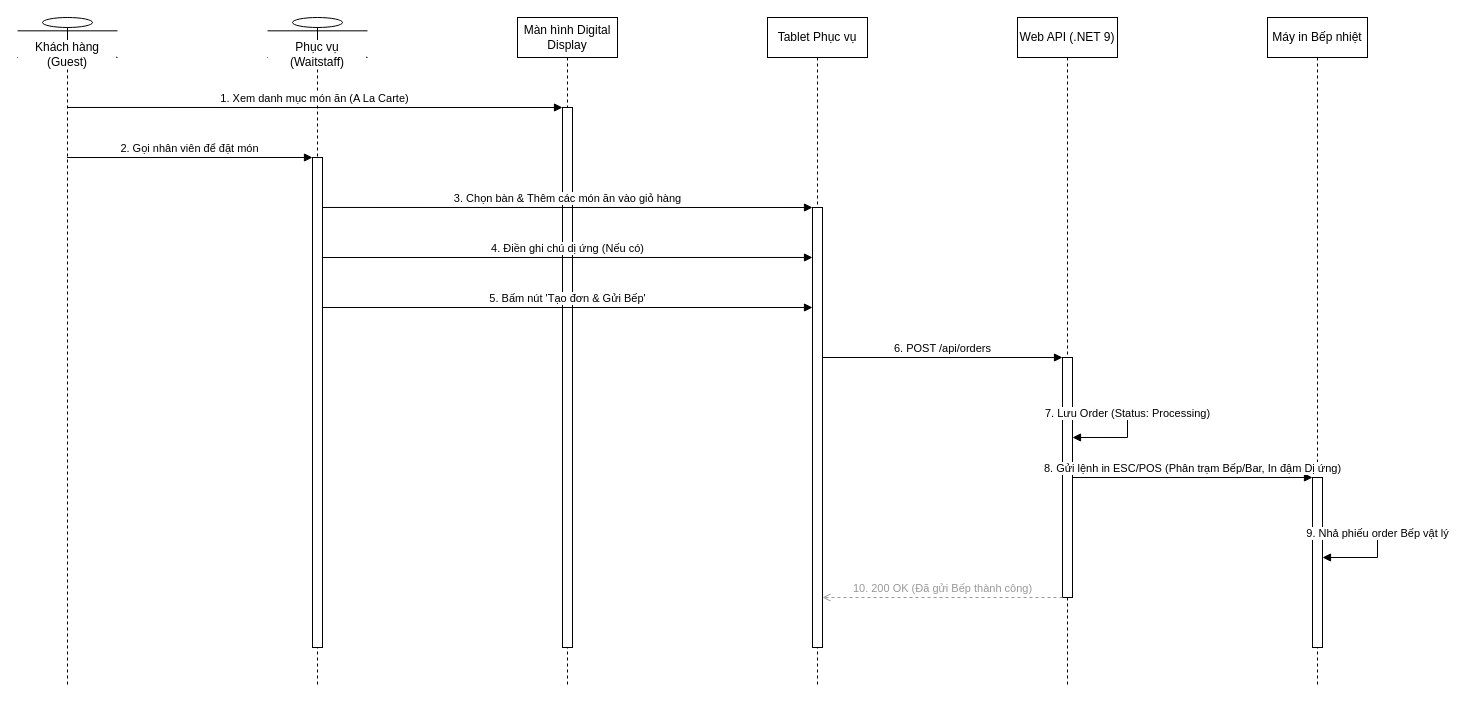
Above: docs/phase1/drawio/sd02_waitstaff_ordering.drawio in AndrewQng/VinDining (draw.io), before the change. Source tidied: cells renumbered, new cells numbered last; positions are measured from the earlier drawing's top-left corner, leaving out a move shared by most shapes. Both pictures are drawn from the tidied source at 100%, with x=0, y=0 at pixel (17, 17).
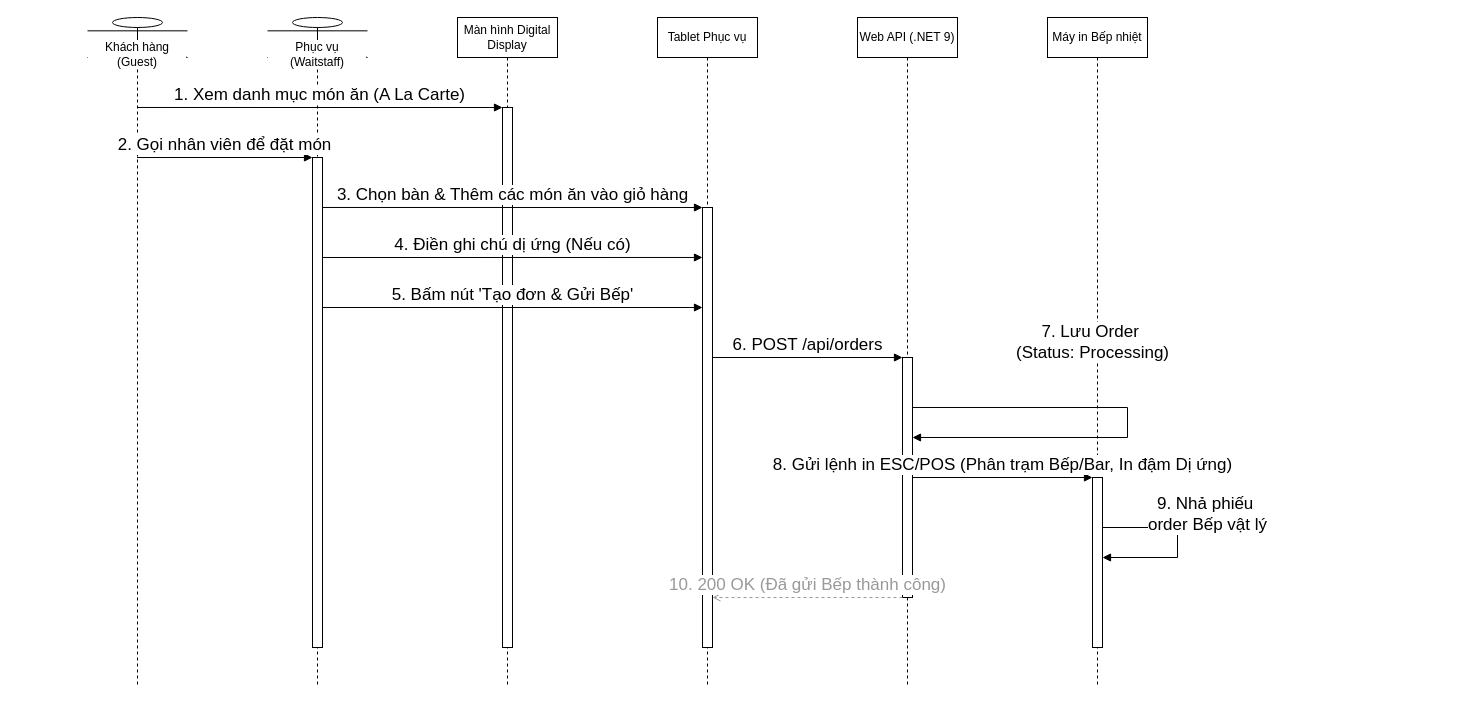
The same page after the edit.

The change refers to these unchanged cells:
```xml
<mxCell id="3" value="Phục vụ (Waitstaff)" style="shape=umlLifeline;perimeter=lifelinePerimeter;whiteSpace=wrap;html=1;size=40;participant=umlActor;verticalAlign=bottom;spacingBottom=-14;labelBackgroundColor=#ffffff;" parent="1" vertex="1">
  <mxGeometry x="250" width="100" height="670" as="geometry" />
</mxCell>
```

The edit, as a diff of the source:
```diff
@@
     <mxCell id="2" value="Khách hàng (Guest)" style="shape=umlLifeline;perimeter=lifelinePerimeter;whiteSpace=wrap;html=1;outlineConnect=0;portConstraint=eastwest;size=40;participant=umlActor;verticalAlign=bottom;spacingBottom=-14;labelBackgroundColor=#ffffff;" parent="1" vertex="1">
-      <mxGeometry width="100" height="670" as="geometry" />
+      <mxGeometry x="70" width="100" height="670" as="geometry" />
     </mxCell>
@@
+    <mxCell id="10" style="html=1;points=[];perimeter=orthogonalPerimeter;outlineConnect=0;fillColor=#ffffff;fontSize=17;" parent="3" vertex="1">
+      <mxGeometry x="45" y="140" width="10" height="490" as="geometry" />
+    </mxCell>
     <mxCell id="4" value="Màn hình Digital Display" style="shape=umlLifeline;perimeter=lifelinePerimeter;whiteSpace=wrap;html=1;size=40;" parent="1" vertex="1">
-      <mxGeometry x="500" width="100" height="670" as="geometry" />
+      <mxGeometry x="440" width="100" height="670" as="geometry" />
     </mxCell>
+    <mxCell id="9" style="html=1;points=[];perimeter=orthogonalPerimeter;outlineConnect=0;fillColor=#ffffff;fontSize=17;" parent="4" vertex="1">
+      <mxGeometry x="45" y="90" width="10" height="540" as="geometry" />
+    </mxCell>
     <mxCell id="5" value="Tablet Phục vụ" style="shape=umlLifeline;perimeter=lifelinePerimeter;whiteSpace=wrap;html=1;size=40;" parent="1" vertex="1">
-      <mxGeometry x="750" width="100" height="670" as="geometry" />
+      <mxGeometry x="640" width="100" height="670" as="geometry" />
     </mxCell>
+    <mxCell id="11" style="html=1;points=[];perimeter=orthogonalPerimeter;outlineConnect=0;fillColor=#ffffff;fontSize=17;" parent="5" vertex="1">
+      <mxGeometry x="45" y="190" width="10" height="440" as="geometry" />
+    </mxCell>
     <mxCell id="6" value="Web API (.NET 9)" style="shape=umlLifeline;perimeter=lifelinePerimeter;whiteSpace=wrap;html=1;size=40;" parent="1" vertex="1">
-      <mxGeometry x="1000" width="100" height="670" as="geometry" />
+      <mxGeometry x="840" width="100" height="670" as="geometry" />
     </mxCell>
+    <mxCell id="8" style="html=1;points=[];perimeter=orthogonalPerimeter;outlineConnect=0;fillColor=#ffffff;fontSize=17;" parent="6" vertex="1">
+      <mxGeometry x="45" y="340" width="10" height="240" as="geometry" />
+    </mxCell>
     <mxCell id="7" value="Máy in Bếp nhiệt" style="shape=umlLifeline;perimeter=lifelinePerimeter;whiteSpace=wrap;html=1;size=40;" parent="1" vertex="1">
-      <mxGeometry x="1250" width="100" height="670" as="geometry" />
+      <mxGeometry x="1030" width="100" height="670" as="geometry" />
     </mxCell>
-    <mxCell id="8" style="html=1;points=[];perimeter=orthogonalPerimeter;outlineConnect=0;fillColor=#ffffff;" parent="6" vertex="1">
-      <mxGeometry x="45" y="340" width="10" height="240" as="geometry" />
-    </mxCell>
-    <mxCell id="9" style="html=1;points=[];perimeter=orthogonalPerimeter;outlineConnect=0;fillColor=#ffffff;" parent="4" vertex="1">
-      <mxGeometry x="45" y="90" width="10" height="540" as="geometry" />
-    </mxCell>
-    <mxCell id="10" style="html=1;points=[];perimeter=orthogonalPerimeter;outlineConnect=0;fillColor=#ffffff;" parent="3" vertex="1">
-      <mxGeometry x="45" y="140" width="10" height="490" as="geometry" />
-    </mxCell>
-    <mxCell id="11" style="html=1;points=[];perimeter=orthogonalPerimeter;outlineConnect=0;fillColor=#ffffff;" parent="5" vertex="1">
-      <mxGeometry x="45" y="190" width="10" height="440" as="geometry" />
-    </mxCell>
-    <mxCell id="12" style="html=1;points=[];perimeter=orthogonalPerimeter;outlineConnect=0;fillColor=#ffffff;" parent="7" vertex="1">
+    <mxCell id="12" style="html=1;points=[];perimeter=orthogonalPerimeter;outlineConnect=0;fillColor=#ffffff;fontSize=17;" parent="7" vertex="1">
       <mxGeometry x="45" y="460" width="10" height="170" as="geometry" />
     </mxCell>
-    <mxCell id="13" value="1. Xem danh mục món ăn (A La Carte)" style="html=1;verticalAlign=bottom;endArrow=block;curved=0;rounded=0;exitX=0.5;exitY=0.1343;entryX=0;entryY=0.0;" parent="1" edge="1" source="2" target="9">
+    <mxCell id="13" value="1. Xem danh mục món ăn (A La Carte)" style="html=1;verticalAlign=bottom;endArrow=block;curved=0;rounded=0;exitX=0.5;exitY=0.1343;entryX=0;entryY=0.0;fontSize=17;" parent="1" edge="1" source="2" target="9">
       <mxGeometry relative="1" as="geometry" />
     </mxCell>
-    <mxCell id="14" value="2. Gọi nhân viên để đặt món" style="html=1;verticalAlign=bottom;endArrow=block;curved=0;rounded=0;exitX=0.5;exitY=0.209;entryX=0;entryY=0.0;" parent="1" edge="1" source="2" target="10">
+    <mxCell id="14" value="2. Gọi nhân viên để đặt món" style="html=1;verticalAlign=bottom;endArrow=block;curved=0;rounded=0;exitX=0.5;exitY=0.209;entryX=0;entryY=0.0;fontSize=17;" parent="1" edge="1" source="2" target="10">
       <mxGeometry relative="1" as="geometry" />
     </mxCell>
-    <mxCell id="15" value="3. Chọn bàn &amp; Thêm các món ăn vào giỏ hàng" style="html=1;verticalAlign=bottom;endArrow=block;curved=0;rounded=0;exitX=1;exitY=0.102;entryX=0;entryY=0.0;" parent="1" edge="1" source="10" target="11">
+    <mxCell id="15" value="3. Chọn bàn &amp;amp; Thêm các món ăn vào giỏ hàng" style="html=1;verticalAlign=bottom;endArrow=block;curved=0;rounded=0;exitX=1;exitY=0.102;entryX=0;entryY=0.0;fontSize=17;" parent="1" edge="1" source="10" target="11">
       <mxGeometry relative="1" as="geometry" />
     </mxCell>
-    <mxCell id="16" value="4. Điền ghi chú dị ứng (Nếu có)" style="html=1;verticalAlign=bottom;endArrow=block;curved=0;rounded=0;exitX=1;exitY=0.2041;entryX=0;entryY=0.1136;" parent="1" edge="1" source="10" target="11">
+    <mxCell id="16" value="4. Điền ghi chú dị ứng (Nếu có)" style="html=1;verticalAlign=bottom;endArrow=block;curved=0;rounded=0;exitX=1;exitY=0.2041;entryX=0;entryY=0.1136;fontSize=17;" parent="1" edge="1" source="10" target="11">
       <mxGeometry relative="1" as="geometry" />
     </mxCell>
-    <mxCell id="17" value="5. Bấm nút 'Tạo đơn &amp; Gửi Bếp'" style="html=1;verticalAlign=bottom;endArrow=block;curved=0;rounded=0;exitX=1;exitY=0.3061;entryX=0;entryY=0.2273;" parent="1" edge="1" source="10" target="11">
+    <mxCell id="17" value="5. Bấm nút 'Tạo đơn &amp;amp; Gửi Bếp'" style="html=1;verticalAlign=bottom;endArrow=block;curved=0;rounded=0;exitX=1;exitY=0.3061;entryX=0;entryY=0.2273;fontSize=17;" parent="1" edge="1" source="10" target="11">
       <mxGeometry relative="1" as="geometry" />
     </mxCell>
-    <mxCell id="18" value="6. POST /api/orders" style="html=1;verticalAlign=bottom;endArrow=block;curved=0;rounded=0;exitX=1;exitY=0.3409;entryX=0;entryY=0.0;" parent="1" edge="1" source="11" target="8">
+    <mxCell id="18" value="6. POST /api/orders" style="html=1;verticalAlign=bottom;endArrow=block;curved=0;rounded=0;exitX=1;exitY=0.3409;entryX=0;entryY=0.0;fontSize=17;" parent="1" edge="1" source="11" target="8">
       <mxGeometry relative="1" as="geometry" />
     </mxCell>
-    <mxCell id="19" value="7. Lưu Order (Status: Processing)" style="html=1;verticalAlign=bottom;endArrow=block;curved=0;rounded=0;exitX=1;exitY=0.2083;entryX=1;entryY=0.3333;" parent="1" edge="1" source="8" target="8">
-      <mxGeometry relative="1" as="geometry">
+    <mxCell id="19" value="7. Lưu Order&amp;nbsp;&lt;div&gt;(Status: Processing)&lt;/div&gt;" style="html=1;verticalAlign=bottom;endArrow=block;curved=0;rounded=0;exitX=1;exitY=0.2083;entryX=1;entryY=0.3333;fontSize=17;" parent="1" edge="1" source="8" target="8">
+      <mxGeometry x="-0.21" y="32" relative="1" as="geometry">
         <Array as="points">
           <mxPoint x="1110" y="390" />
           <mxPoint x="1110" y="420" />
         </Array>
+        <mxPoint x="-2" y="-10" as="offset" />
       </mxGeometry>
     </mxCell>
-    <mxCell id="20" value="8. Gửi lệnh in ESC/POS (Phân trạm Bếp/Bar, In đậm Dị ứng)" style="html=1;verticalAlign=bottom;endArrow=block;curved=0;rounded=0;exitX=1;exitY=0.5;entryX=0;entryY=0.0;" parent="1" edge="1" source="8" target="12">
+    <mxCell id="20" value="8. Gửi lệnh in ESC/POS (Phân trạm Bếp/Bar, In đậm Dị ứng)" style="html=1;verticalAlign=bottom;endArrow=block;curved=0;rounded=0;exitX=1;exitY=0.5;entryX=0;entryY=0.0;fontSize=17;" parent="1" edge="1" source="8" target="12">
       <mxGeometry relative="1" as="geometry" />
     </mxCell>
-    <mxCell id="21" value="9. Nhả phiếu order Bếp vật lý" style="html=1;verticalAlign=bottom;endArrow=block;curved=0;rounded=0;exitX=1;exitY=0.2941;entryX=1;entryY=0.4706;" parent="1" edge="1" source="12" target="12">
-      <mxGeometry relative="1" as="geometry">
+    <mxCell id="21" value="9. Nhả phiếu&amp;nbsp;&lt;div&gt;order Bếp vật lý&lt;/div&gt;" style="html=1;verticalAlign=bottom;endArrow=block;curved=0;rounded=0;exitX=1;exitY=0.2941;entryX=1;entryY=0.4706;fontSize=17;edgeStyle=orthogonalEdgeStyle;innerLoopWaypoints=1;" parent="1" edge="1" source="12" target="12">
+      <mxGeometry x="-0.06" y="30" relative="1" as="geometry">
         <Array as="points">
-          <mxPoint x="1360" y="510" />
-          <mxPoint x="1360" y="540" />
+          <mxPoint x="1160" y="510" />
+          <mxPoint x="1160" y="540" />
         </Array>
       </mxGeometry>
     </mxCell>
-    <mxCell id="22" value="10. 200 OK (Đã gửi Bếp thành công)" style="html=1;verticalAlign=bottom;endArrow=open;dashed=1;curved=0;rounded=0;strokeColor=#999999;fontColor=#999999;exitX=0;exitY=1.0;entryX=1;entryY=0.8864;" parent="1" edge="1" source="8" target="11">
+    <mxCell id="22" value="10. 200 OK (Đã gửi Bếp thành công)" style="html=1;verticalAlign=bottom;endArrow=open;dashed=1;curved=0;rounded=0;strokeColor=#999999;fontColor=#999999;exitX=0;exitY=1.0;entryX=1;entryY=0.8864;fontSize=17;" parent="1" edge="1" source="8" target="11">
       <mxGeometry relative="1" as="geometry" />
     </mxCell>
```
